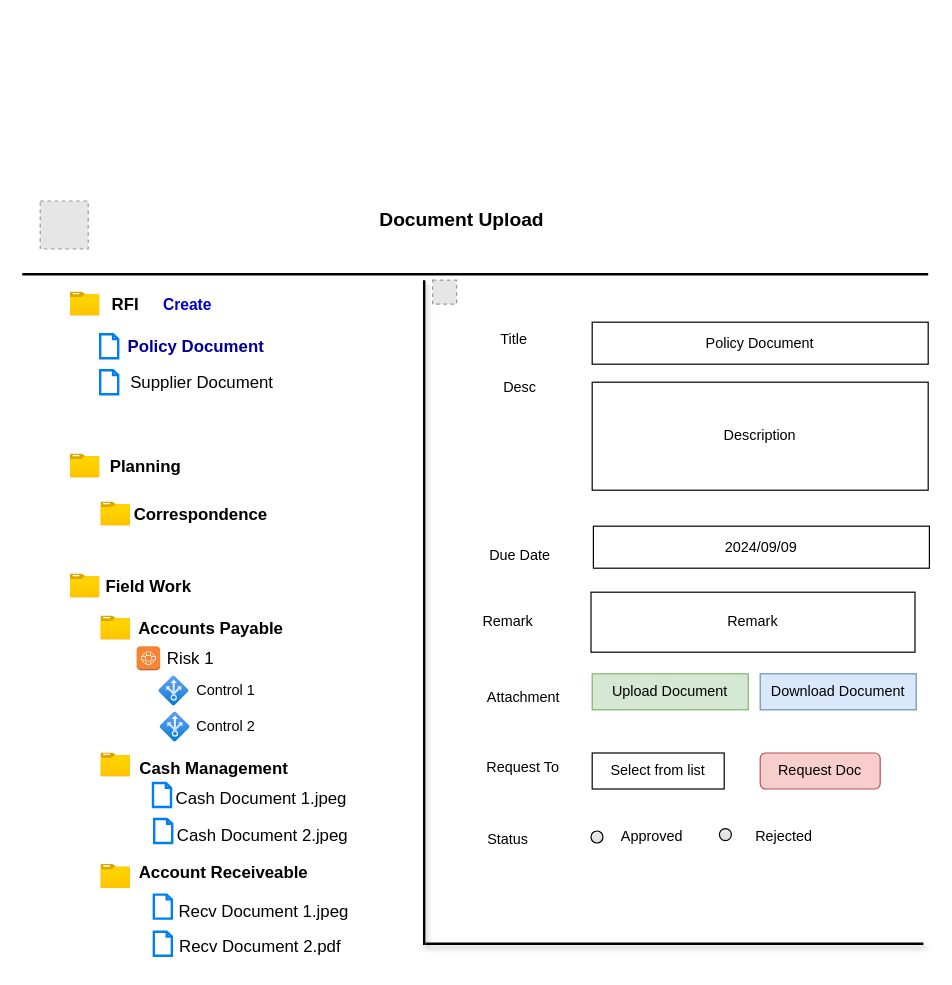
Above: page "Document Upload" (4 of 4) of internal_audit.drawio in AvikM1996/draw.io (draw.io), before the change. Source tidied: cells renumbered, new cells numbered last; positions are measured from the earlier drawing's top-left corner, leaving out a move shared by most shapes. Both pictures are drawn from the tidied source at 120%, with x=0, y=0 at pixel (22, 200). Pictures stored in the file or linked from it are replaced by grey dashed boxes.
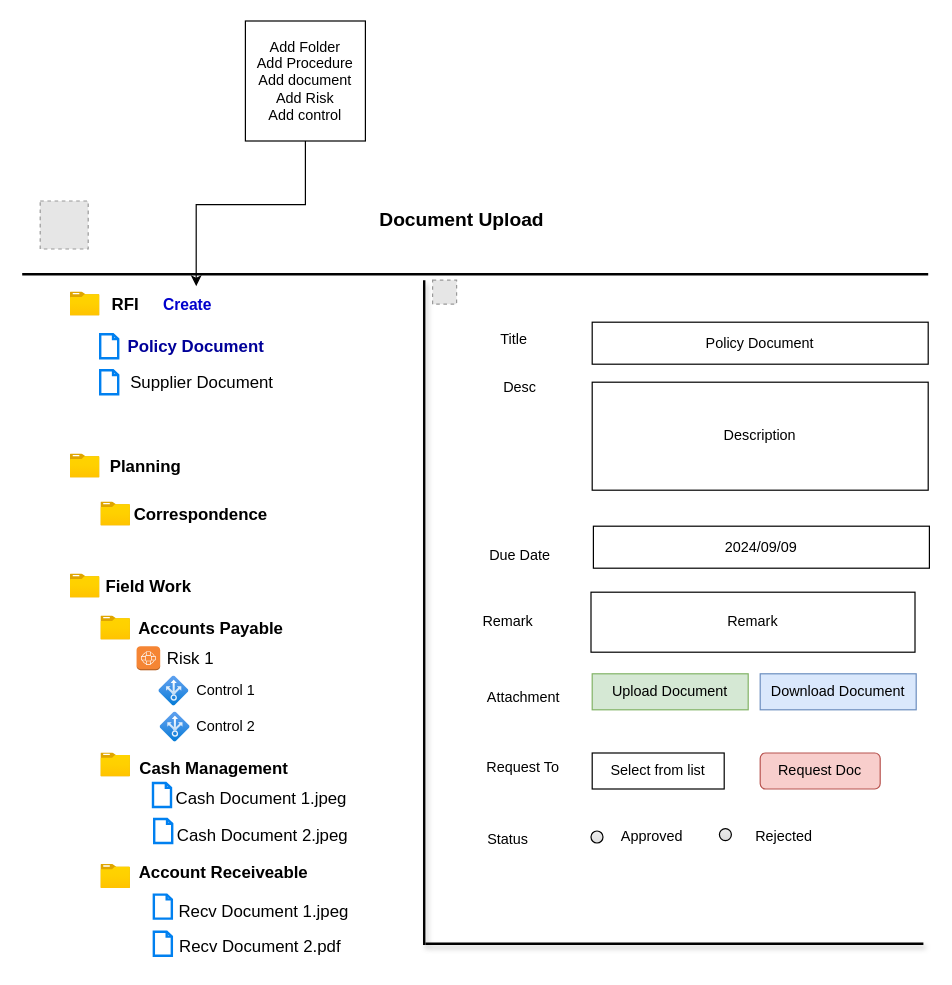
The same page after the edit.

The change refers to these unchanged cells:
```xml
<mxCell id="32" value="&lt;font style=&quot;font-size: 13px;&quot; color=&quot;#0000cc&quot;&gt;Create&lt;/font&gt;" style="text;html=1;align=center;verticalAlign=middle;whiteSpace=wrap;rounded=0;fontSize=13;fontStyle=1;" parent="1" vertex="1">
  <mxGeometry x="107.7" y="71" width="60" height="30" as="geometry" />
</mxCell>
```

Change to the diagram source:
```diff
@@
+    <mxCell id="60" style="edgeStyle=orthogonalEdgeStyle;rounded=0;jettySize=auto;html=1;" parent="1" edge="1" source="61" target="32">
+      <mxGeometry relative="1" as="geometry">
+        <Array as="points">
+          <mxPoint x="236" y="3" />
+          <mxPoint x="145" y="3" />
+        </Array>
+      </mxGeometry>
+    </mxCell>
+    <mxCell id="61" value="Add Folder&lt;br&gt;Add Procedure&lt;br&gt;Add document&lt;br&gt;Add Risk&lt;br&gt;Add control" style="whiteSpace=wrap;html=1;" parent="1" vertex="1">
+      <mxGeometry x="186" y="-150" width="100" height="100" as="geometry" />
+    </mxCell>
```
